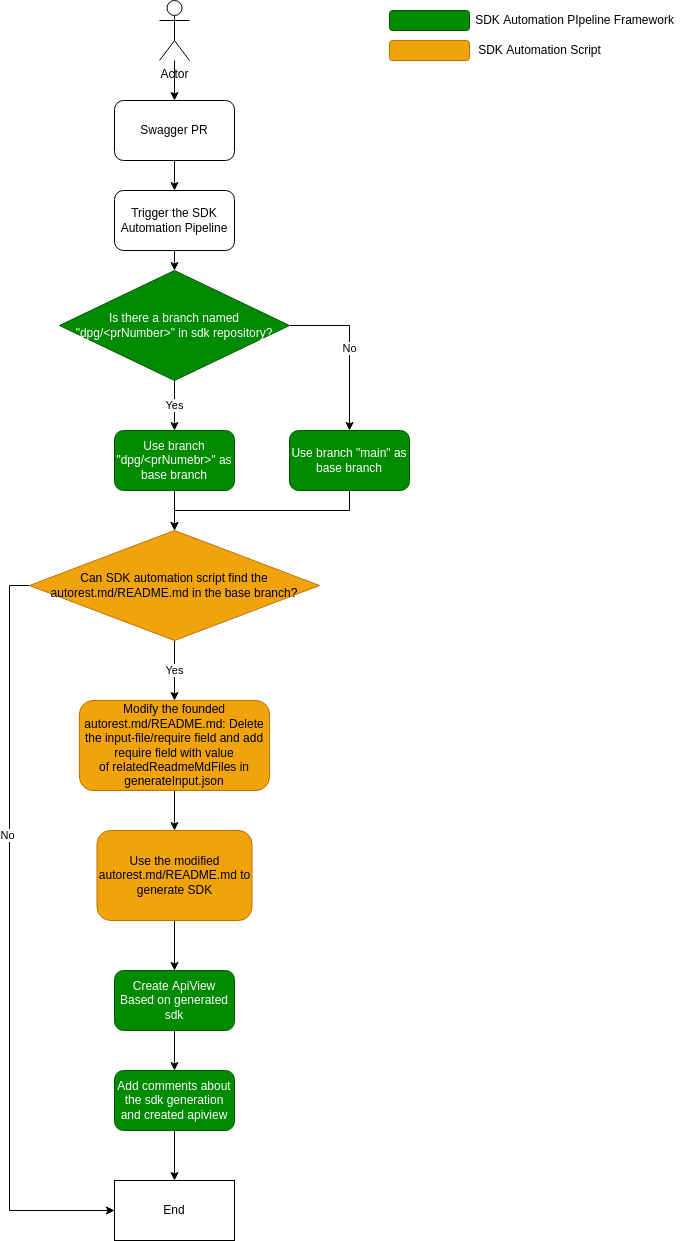
This is documentation/onboard-dpg-in-sdkautomation/integrate-dpg-and-apiview.png from Azure/azure-rest-api-specs, a draw.io export, as it was before one commit. Source tidied: cells renumbered, new cells last; positions are measured from the earlier drawing's top-left corner, leaving out a move shared by most shapes.
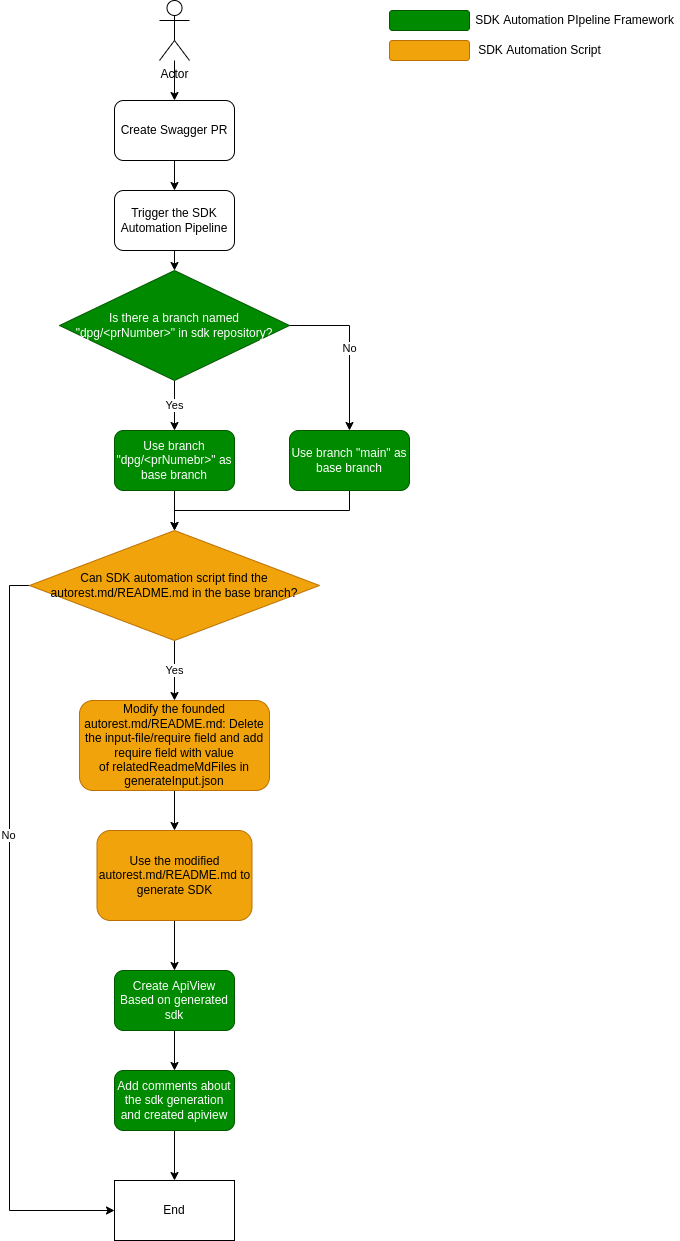
The same diagram one commit later.

Diff of the diagram source:
```diff
@@ -11,7 +11,7 @@
     <mxCell id="4" style="edgeStyle=orthogonalEdgeStyle;rounded=0;jettySize=auto;html=1;exitX=0.5;exitY=1;exitDx=0;exitDy=0;entryX=0.5;entryY=0;entryDx=0;entryDy=0;" parent="1" edge="1" source="5" target="7">
       <mxGeometry relative="1" as="geometry" />
     </mxCell>
-    <mxCell id="5" value="Swagger PR" style="rounded=1;whiteSpace=wrap;html=1;" parent="1" vertex="1">
+    <mxCell id="5" value="Create Swagger PR" style="rounded=1;whiteSpace=wrap;html=1;" parent="1" vertex="1">
       <mxGeometry x="85" y="100" width="120" height="60" as="geometry" />
     </mxCell>
     <mxCell id="6" style="edgeStyle=orthogonalEdgeStyle;rounded=0;jettySize=auto;html=1;exitX=0.5;exitY=1;exitDx=0;exitDy=0;entryX=0.5;entryY=0;entryDx=0;entryDy=0;" parent="1" edge="1" source="7" target="10">
```
